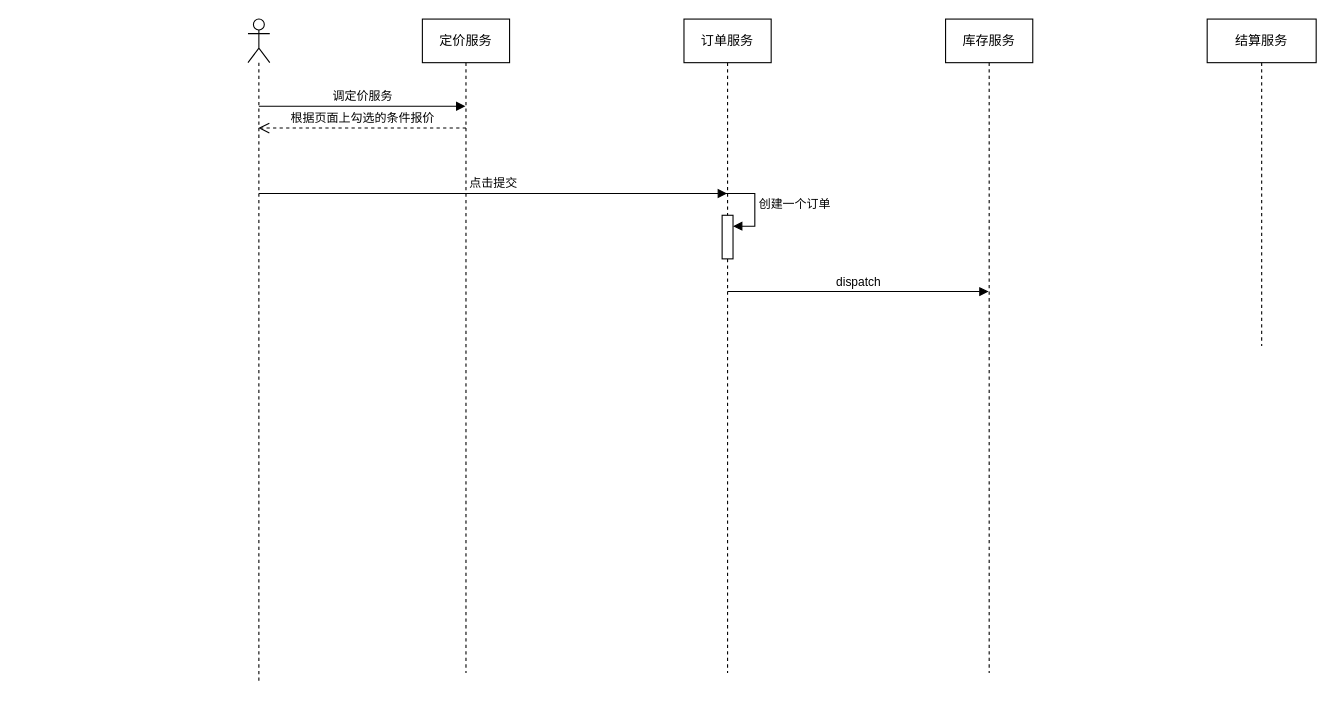
Before: 微服务调用流程.drawio in liupanone/drawioworkspace, a draw.io diagram. Source tidied: cells renumbered, new cells numbered last; positions are measured from the earlier drawing's top-left corner, leaving out a move shared by most shapes. Both pictures are drawn from the tidied source at 109%, with x=0, y=0 at pixel (247, 19).
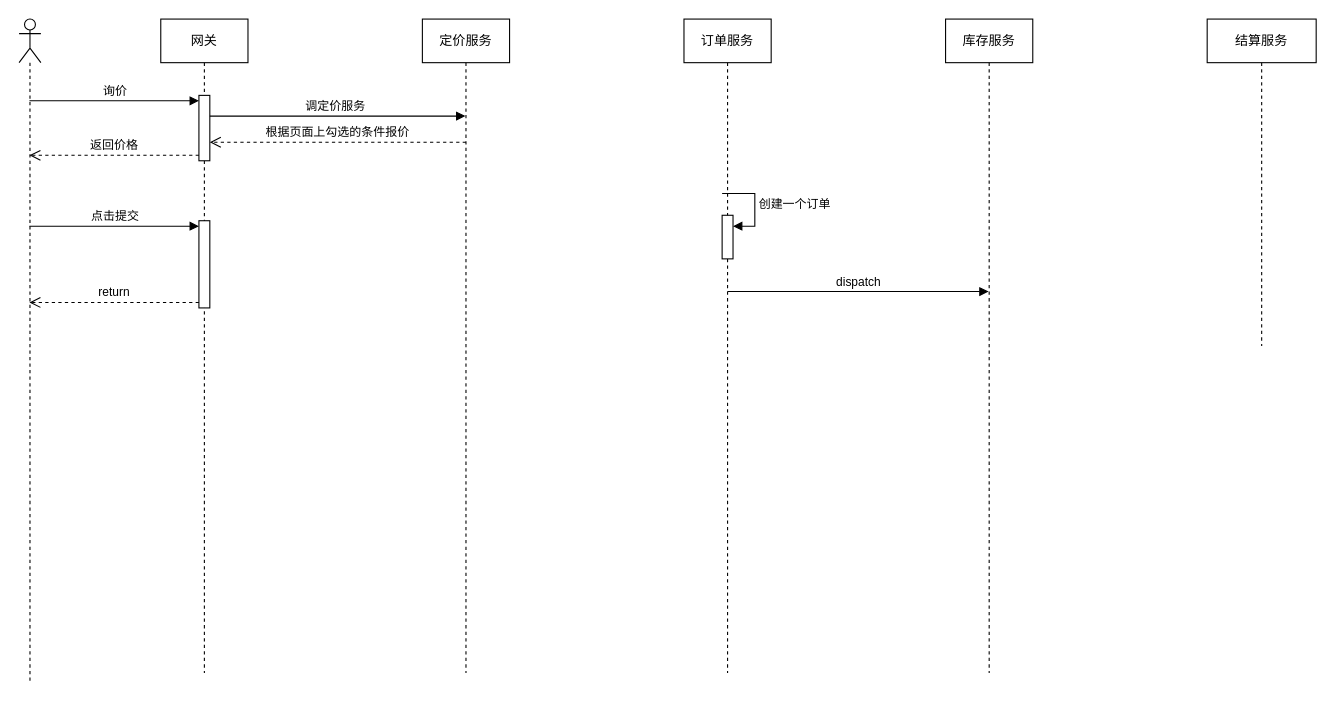
After the change.

Commit message:
微服务调用流程.drawio

Unchanged cells that the change refers to:
```xml
<mxCell id="2" value="订单服务" style="shape=umlLifeline;perimeter=lifelinePerimeter;whiteSpace=wrap;html=1;outlineConnect=0;portConstraint=eastwest;newEdgeStyle={&quot;curved&quot;:0,&quot;rounded&quot;:0};" parent="1" vertex="1">
  <mxGeometry x="400" width="80" height="600" as="geometry" />
</mxCell>
<mxCell id="5" value="定价服务" style="shape=umlLifeline;perimeter=lifelinePerimeter;whiteSpace=wrap;html=1;outlineConnect=0;portConstraint=eastwest;newEdgeStyle={&quot;curved&quot;:0,&quot;rounded&quot;:0};" parent="1" vertex="1">
  <mxGeometry x="160" width="80" height="600" as="geometry" />
</mxCell>
<mxCell id="6" value="库存服务" style="shape=umlLifeline;perimeter=lifelinePerimeter;whiteSpace=wrap;html=1;outlineConnect=0;portConstraint=eastwest;newEdgeStyle={&quot;curved&quot;:0,&quot;rounded&quot;:0};" parent="1" vertex="1">
  <mxGeometry x="640" width="80" height="600" as="geometry" />
</mxCell>
```

Change to the diagram source:
```diff
@@
     <mxCell id="8" style="shape=umlLifeline;perimeter=lifelinePerimeter;whiteSpace=wrap;html=1;outlineConnect=0;portConstraint=eastwest;newEdgeStyle={&quot;curved&quot;:0,&quot;rounded&quot;:0};participant=umlActor;" parent="1" vertex="1">
-      <mxGeometry width="20" height="610" as="geometry" />
+      <mxGeometry x="-210" width="20" height="610" as="geometry" />
     </mxCell>
-    <mxCell id="9" value="调定价服务" style="html=1;verticalAlign=bottom;endArrow=block;curved=0;rounded=0;" parent="1" edge="1" target="5">
+    <mxCell id="9" value="调定价服务" style="html=1;verticalAlign=bottom;endArrow=block;curved=0;rounded=0;" parent="1" edge="1" source="13">
       <mxGeometry relative="1" as="geometry">
-        <mxPoint x="10" y="80" as="sourcePoint" />
+        <mxPoint x="199.5" y="89" as="targetPoint" />
       </mxGeometry>
     </mxCell>
-    <mxCell id="10" value="根据页面上勾选的条件报价" style="html=1;verticalAlign=bottom;endArrow=open;dashed=1;endSize=8;curved=0;rounded=0;" parent="1" edge="1" target="8">
+    <mxCell id="10" value="根据页面上勾选的条件报价" style="html=1;verticalAlign=bottom;endArrow=open;dashed=1;endSize=8;curved=0;rounded=0;" parent="1" edge="1" target="14">
       <mxGeometry relative="1" as="geometry">
-        <mxPoint x="200" y="100" as="sourcePoint" />
+        <mxPoint x="200" y="113" as="sourcePoint" />
       </mxGeometry>
     </mxCell>
+    <mxCell id="12" value="dispatch" style="html=1;verticalAlign=bottom;endArrow=block;curved=0;rounded=0;" parent="1" edge="1" target="6">
+      <mxGeometry relative="1" as="geometry">
+        <mxPoint x="440" y="250" as="sourcePoint" />
+      </mxGeometry>
+    </mxCell>
+    <mxCell id="13" value="网关" style="shape=umlLifeline;perimeter=lifelinePerimeter;whiteSpace=wrap;html=1;outlineConnect=0;portConstraint=eastwest;newEdgeStyle={&quot;curved&quot;:0,&quot;rounded&quot;:0};" parent="1" vertex="1">
+      <mxGeometry x="-80" width="80" height="600" as="geometry" />
+    </mxCell>
+    <mxCell id="14" style="html=1;points=[[0,0,0,0,5],[0,1,0,0,-5],[1,0,0,0,5],[1,1,0,0,-5]];perimeter=orthogonalPerimeter;outlineConnect=0;targetShapes=umlLifeline;portConstraint=eastwest;newEdgeStyle={&quot;curved&quot;:0,&quot;rounded&quot;:0};" parent="13" vertex="1">
+      <mxGeometry x="35" y="70" width="10" height="60" as="geometry" />
+    </mxCell>
+    <mxCell id="15" style="html=1;points=[[0,0,0,0,5],[0,1,0,0,-5],[1,0,0,0,5],[1,1,0,0,-5]];perimeter=orthogonalPerimeter;outlineConnect=0;targetShapes=umlLifeline;portConstraint=eastwest;newEdgeStyle={&quot;curved&quot;:0,&quot;rounded&quot;:0};" parent="13" vertex="1">
+      <mxGeometry x="35" y="185" width="10" height="80" as="geometry" />
+    </mxCell>
+    <mxCell id="16" value="询价" style="html=1;verticalAlign=bottom;endArrow=block;curved=0;rounded=0;entryX=0;entryY=0;entryDx=0;entryDy=5;" parent="1" edge="1" source="8" target="14">
+      <mxGeometry relative="1" as="geometry" />
+    </mxCell>
+    <mxCell id="17" value="返回价格" style="html=1;verticalAlign=bottom;endArrow=open;dashed=1;endSize=8;curved=0;rounded=0;exitX=0;exitY=1;exitDx=0;exitDy=-5;" parent="1" edge="1" source="14" target="8">
+      <mxGeometry relative="1" as="geometry" />
+    </mxCell>
-    <mxCell id="11" value="点击提交" style="html=1;verticalAlign=bottom;endArrow=block;curved=0;rounded=0;" parent="1" edge="1" target="2">
-      <mxGeometry relative="1" as="geometry">
-        <mxPoint x="10" y="160" as="sourcePoint" />
-      </mxGeometry>
+    <mxCell id="11" value="点击提交" style="html=1;verticalAlign=bottom;endArrow=block;curved=0;rounded=0;entryX=0;entryY=0;entryDx=0;entryDy=5;" parent="1" edge="1" source="8" target="15">
+      <mxGeometry relative="1" as="geometry" />
     </mxCell>
-    <mxCell id="12" value="dispatch" style="html=1;verticalAlign=bottom;endArrow=block;curved=0;rounded=0;" parent="1" edge="1" target="6">
-      <mxGeometry relative="1" as="geometry">
-        <mxPoint x="440" y="250" as="sourcePoint" />
-      </mxGeometry>
-    </mxCell>
+    <mxCell id="18" value="return" style="html=1;verticalAlign=bottom;endArrow=open;dashed=1;endSize=8;curved=0;rounded=0;exitX=0;exitY=1;exitDx=0;exitDy=-5;" parent="1" edge="1" source="15" target="8">
+      <mxGeometry relative="1" as="geometry" />
+    </mxCell>
```
